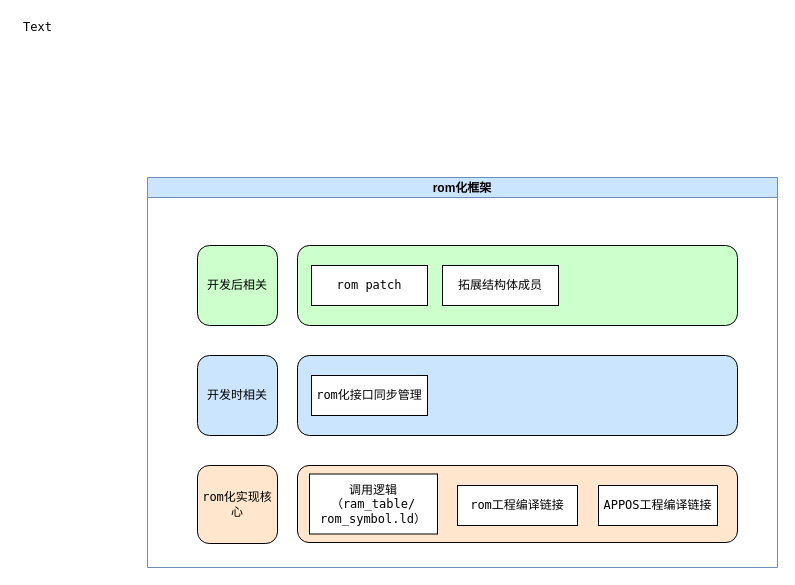
This is page "Page-1" (1 of 2) of IoT rom化方案设计.drawio from git4Chub/drawio_doc, a draw.io file, before an edit. Source tidied: cells renumbered, new cells numbered last; positions are measured from the earlier drawing's top-left corner, leaving out a move shared by most shapes. Both pictures are drawn from the tidied source at 100%, with x=0, y=0 at pixel (17, 17).
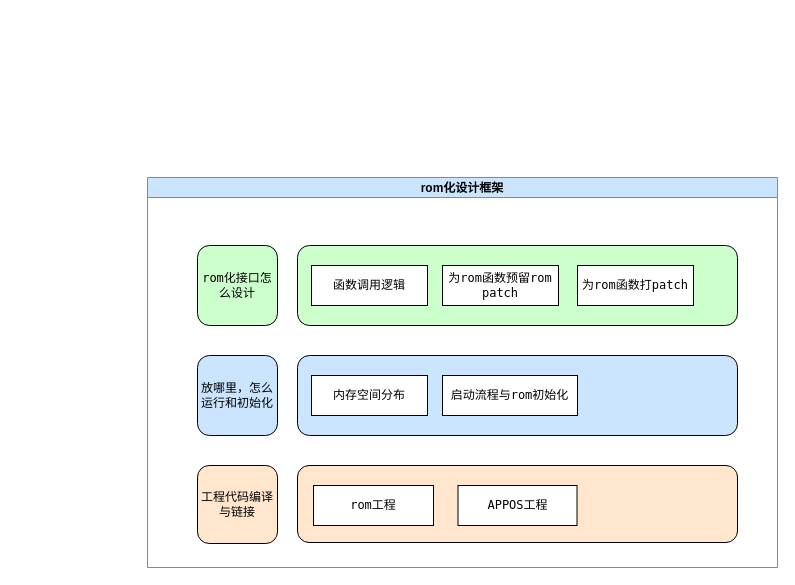
The same diagram, later.

Commit message:
更新IoT rom化方案设计.drawio

The edit, as a diff of the source:
```diff
@@
 <mxGraphModel>
   <root>
     <mxCell id="0" />
     <mxCell id="1" parent="0" />
-    <mxCell id="2" value="rom化框架" style="swimlane;startSize=20;horizontal=1;containerType=tree;fillColor=#CCE5FF;strokeColor=#6c8ebf;swimlaneFillColor=#FFFFFF;" parent="1" vertex="1">
+    <mxCell id="2" value="rom化设计框架" style="swimlane;startSize=20;horizontal=1;containerType=tree;fillColor=#CCE5FF;strokeColor=#6c8ebf;swimlaneFillColor=#FFFFFF;" parent="1" vertex="1">
       <mxGeometry x="130" y="160" width="630" height="390" as="geometry" />
     </mxCell>
     <mxCell id="3" style="rounded=1;whiteSpace=wrap;html=1;fillColor=#FFE6CC;fontFamily=Lucida Console;" parent="2" vertex="1">
       <mxGeometry x="150" y="288" width="440" height="77" as="geometry" />
     </mxCell>
-    <mxCell id="4" value="开发时相关" style="rounded=1;whiteSpace=wrap;html=1;labelBackgroundColor=none;fontFamily=Lucida Console;fillColor=#CCE5FF;" parent="2" vertex="1">
+    <mxCell id="4" value="放哪里，怎么运行和初始化" style="rounded=1;whiteSpace=wrap;html=1;labelBackgroundColor=none;fontFamily=Lucida Console;fillColor=#CCE5FF;" parent="2" vertex="1">
       <mxGeometry x="50" y="178" width="80" height="80" as="geometry" />
     </mxCell>
-    <mxCell id="5" value="rom化实现核心&lt;br&gt;" style="rounded=1;whiteSpace=wrap;html=1;fillColor=#FFE6CC;fontFamily=Lucida Console;" parent="2" vertex="1">
+    <mxCell id="5" value="工程代码编译与链接" style="rounded=1;whiteSpace=wrap;html=1;fillColor=#FFE6CC;fontFamily=Lucida Console;" parent="2" vertex="1">
       <mxGeometry x="50" y="288" width="80" height="78" as="geometry" />
     </mxCell>
-    <mxCell id="6" value="调用逻辑（ram_table/&lt;br&gt;rom_symbol.ld）" style="rounded=0;whiteSpace=wrap;html=1;labelBackgroundColor=none;fontFamily=Lucida Console;fillColor=#FFFFFF;" parent="2" vertex="1">
-      <mxGeometry x="162" y="296.5" width="128" height="60" as="geometry" />
-    </mxCell>
     <mxCell id="7" style="rounded=1;whiteSpace=wrap;html=1;labelBackgroundColor=none;fontFamily=Lucida Console;fillColor=#CCE5FF;" parent="2" vertex="1">
       <mxGeometry x="150" y="178" width="440" height="80" as="geometry" />
     </mxCell>
-    <mxCell id="8" value="rom工程编译链接" style="rounded=0;whiteSpace=wrap;html=1;labelBackgroundColor=none;fontFamily=Lucida Console;fillColor=#FFFFFF;" parent="2" vertex="1">
-      <mxGeometry x="310" y="308" width="120" height="40" as="geometry" />
+    <mxCell id="8" value="rom工程" style="rounded=0;whiteSpace=wrap;html=1;labelBackgroundColor=none;fontFamily=Lucida Console;fillColor=#FFFFFF;" parent="2" vertex="1">
+      <mxGeometry x="166" y="308" width="120" height="40" as="geometry" />
     </mxCell>
-    <mxCell id="9" value="rom化接口同步管理" style="rounded=0;whiteSpace=wrap;html=1;labelBackgroundColor=none;fontFamily=Lucida Console;fillColor=#FFFFFF;" parent="2" vertex="1">
+    <mxCell id="9" value="内存空间分布" style="rounded=0;whiteSpace=wrap;html=1;labelBackgroundColor=none;fontFamily=Lucida Console;fillColor=#FFFFFF;" parent="2" vertex="1">
       <mxGeometry x="164" y="198" width="116" height="40" as="geometry" />
     </mxCell>
-    <mxCell id="10" value="开发后相关" style="rounded=1;whiteSpace=wrap;html=1;labelBackgroundColor=none;fontFamily=Lucida Console;fillColor=#CCFFCC;" parent="2" vertex="1">
+    <mxCell id="10" value="rom化接口怎么设计" style="rounded=1;whiteSpace=wrap;html=1;labelBackgroundColor=none;fontFamily=Lucida Console;fillColor=#CCFFCC;" parent="2" vertex="1">
       <mxGeometry x="50" y="68" width="80" height="80" as="geometry" />
     </mxCell>
     <mxCell id="11" style="rounded=1;whiteSpace=wrap;html=1;labelBackgroundColor=none;fontFamily=Lucida Console;fillColor=#CCFFCC;" parent="2" vertex="1">
       <mxGeometry x="150" y="68" width="440" height="80" as="geometry" />
     </mxCell>
-    <mxCell id="12" value="rom patch" style="rounded=0;whiteSpace=wrap;html=1;labelBackgroundColor=none;fontFamily=Lucida Console;fillColor=#FFFFFF;" parent="2" vertex="1">
+    <mxCell id="12" value="函数调用逻辑" style="rounded=0;whiteSpace=wrap;html=1;labelBackgroundColor=none;fontFamily=Lucida Console;fillColor=#FFFFFF;" parent="2" vertex="1">
       <mxGeometry x="164" y="88" width="116" height="40" as="geometry" />
     </mxCell>
-    <mxCell id="13" value="拓展结构体成员" style="rounded=0;whiteSpace=wrap;html=1;labelBackgroundColor=none;fontFamily=Lucida Console;fillColor=#FFFFFF;" parent="2" vertex="1">
+    <mxCell id="13" value="为rom函数预留rom patch" style="rounded=0;whiteSpace=wrap;html=1;labelBackgroundColor=none;fontFamily=Lucida Console;fillColor=#FFFFFF;" parent="2" vertex="1">
       <mxGeometry x="295" y="88" width="116" height="40" as="geometry" />
     </mxCell>
-    <mxCell id="14" value="APPOS工程编译链接" style="rounded=0;whiteSpace=wrap;html=1;labelBackgroundColor=none;fontFamily=Lucida Console;fillColor=#FFFFFF;" parent="2" vertex="1">
-      <mxGeometry x="451" y="308" width="119" height="40" as="geometry" />
+    <mxCell id="14" value="APPOS工程" style="rounded=0;whiteSpace=wrap;html=1;labelBackgroundColor=none;fontFamily=Lucida Console;fillColor=#FFFFFF;" parent="2" vertex="1">
+      <mxGeometry x="310.5" y="308" width="119" height="40" as="geometry" />
     </mxCell>
-    <mxCell id="15" value="Text" style="text;html=1;align=center;verticalAlign=middle;fillColor=none;strokeColor=none;rounded=0;labelBackgroundColor=none;fontFamily=Lucida Console;" parent="1" vertex="1">
-      <mxGeometry width="40" height="20" as="geometry" />
-    </mxCell>
+    <mxCell id="16" value="启动流程与rom初始化" style="rounded=0;whiteSpace=wrap;html=1;labelBackgroundColor=none;fontFamily=Lucida Console;fillColor=#FFFFFF;" parent="2" vertex="1">
+      <mxGeometry x="295" y="198" width="135" height="40" as="geometry" />
+    </mxCell>
+    <mxCell id="17" value="为rom函数打patch" style="rounded=0;whiteSpace=wrap;html=1;labelBackgroundColor=none;fontFamily=Lucida Console;fillColor=#FFFFFF;" parent="2" vertex="1">
+      <mxGeometry x="430" y="88" width="116" height="40" as="geometry" />
+    </mxCell>
   </root>
 </mxGraphModel>
```
